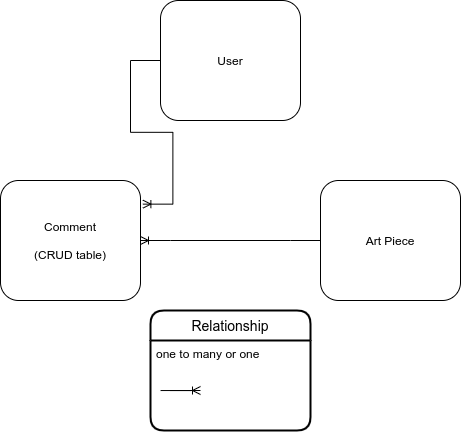
The draw.io diagram client/images/erd.png in Lirucy/GsCanvas, before a commit. Source tidied: cells renumbered, new cells last; positions are measured from the earlier drawing's top-left corner, leaving out a move shared by most shapes.
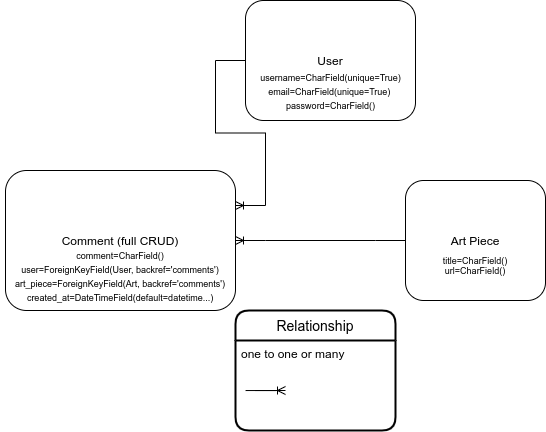
Later version of the same file.

Change to the diagram source:
```diff
@@ -3,24 +3,24 @@
     <mxCell id="0" />
     <mxCell id="1" parent="0" />
     <mxCell id="2" value="User" style="rounded=1;whiteSpace=wrap;html=1;" parent="1" vertex="1">
-      <mxGeometry x="160" width="140" height="120" as="geometry" />
+      <mxGeometry x="160" width="170" height="120" as="geometry" />
     </mxCell>
     <mxCell id="3" value="Art Piece" style="rounded=1;whiteSpace=wrap;html=1;" parent="1" vertex="1">
       <mxGeometry x="320" y="180" width="140" height="120" as="geometry" />
     </mxCell>
-    <mxCell id="4" value="Comment&lt;br&gt;&lt;br&gt;(CRUD table)" style="rounded=1;whiteSpace=wrap;html=1;" parent="1" vertex="1">
-      <mxGeometry y="180" width="140" height="120" as="geometry" />
+    <mxCell id="4" value="Comment (full CRUD)" style="rounded=1;whiteSpace=wrap;html=1;" parent="1" vertex="1">
+      <mxGeometry x="-80" y="170" width="230" height="140" as="geometry" />
     </mxCell>
     <mxCell id="5" style="edgeStyle=entityRelationEdgeStyle;fontSize=12;html=1;endArrow=ERoneToMany;rounded=0;exitX=0;exitY=0.5;exitDx=0;exitDy=0;entryX=1;entryY=0.5;entryDx=0;entryDy=0;" parent="1" edge="1" source="3" target="4">
       <mxGeometry relative="1" as="geometry" />
     </mxCell>
-    <mxCell id="6" style="edgeStyle=entityRelationEdgeStyle;fontSize=12;html=1;endArrow=ERoneToMany;rounded=0;entryX=1.017;entryY=0.197;entryDx=0;entryDy=0;entryPerimeter=0;" parent="1" edge="1" source="2" target="4">
+    <mxCell id="6" style="edgeStyle=entityRelationEdgeStyle;fontSize=12;html=1;endArrow=ERoneToMany;rounded=0;entryX=1;entryY=0.25;entryDx=0;entryDy=0;" parent="1" edge="1" source="2" target="4">
       <mxGeometry relative="1" as="geometry" />
     </mxCell>
     <mxCell id="7" value="Relationship" style="swimlane;horizontal=1;startSize=30;rounded=1;fontSize=14;fontStyle=0;strokeWidth=2;shadow=0;dashed=0;align=center;" parent="1" vertex="1">
       <mxGeometry x="150" y="310" width="160" height="120" as="geometry" />
     </mxCell>
-    <mxCell id="8" value="one to many or one" style="align=left;strokeColor=none;fillColor=none;spacingLeft=4;fontSize=12;verticalAlign=top;" parent="7" vertex="1">
+    <mxCell id="8" value="one to one or many" style="align=left;strokeColor=none;fillColor=none;spacingLeft=4;fontSize=12;verticalAlign=top;" parent="7" vertex="1">
       <mxGeometry y="30" width="160" height="90" as="geometry" />
     </mxCell>
     <mxCell id="9" style="edgeStyle=entityRelationEdgeStyle;fontSize=12;html=1;endArrow=ERoneToMany;rounded=0;exitX=0.063;exitY=0.556;exitDx=0;exitDy=0;exitPerimeter=0;" parent="1" edge="1" source="8">
@@ -28,5 +28,14 @@
         <mxPoint x="200" y="390" as="targetPoint" />
       </mxGeometry>
     </mxCell>
+    <mxCell id="10" value="&lt;font style=&quot;font-size: 9px&quot;&gt;comment=CharField()&lt;br&gt;user=ForeignKeyField(User, backref='comments')&lt;br&gt;art_piece=ForeignKeyField(Art, backref='comments')&lt;br&gt;created_at=DateTimeField(default=datetime...)&lt;br&gt;&lt;/font&gt;" style="text;html=1;strokeColor=none;fillColor=none;align=center;verticalAlign=middle;whiteSpace=wrap;rounded=0;" parent="1" vertex="1">
+      <mxGeometry x="-85" y="220" width="240" height="110" as="geometry" />
+    </mxCell>
+    <mxCell id="11" value="&lt;font style=&quot;font-size: 9px&quot;&gt;username=CharField(unique=True)&lt;br&gt;email=CharField(unique=True)&amp;nbsp;&lt;br&gt;password=CharField()&lt;/font&gt;" style="text;html=1;strokeColor=none;fillColor=none;align=center;verticalAlign=middle;whiteSpace=wrap;rounded=0;" parent="1" vertex="1">
+      <mxGeometry x="117.5" y="60" width="255" height="60" as="geometry" />
+    </mxCell>
+    <mxCell id="12" value="title=CharField()&lt;br&gt;url=CharField()" style="text;html=1;strokeColor=none;fillColor=none;align=center;verticalAlign=middle;whiteSpace=wrap;rounded=0;fontSize=9;" parent="1" vertex="1">
+      <mxGeometry x="335" y="250" width="110" height="30" as="geometry" />
+    </mxCell>
   </root>
 </mxGraphModel>
```
